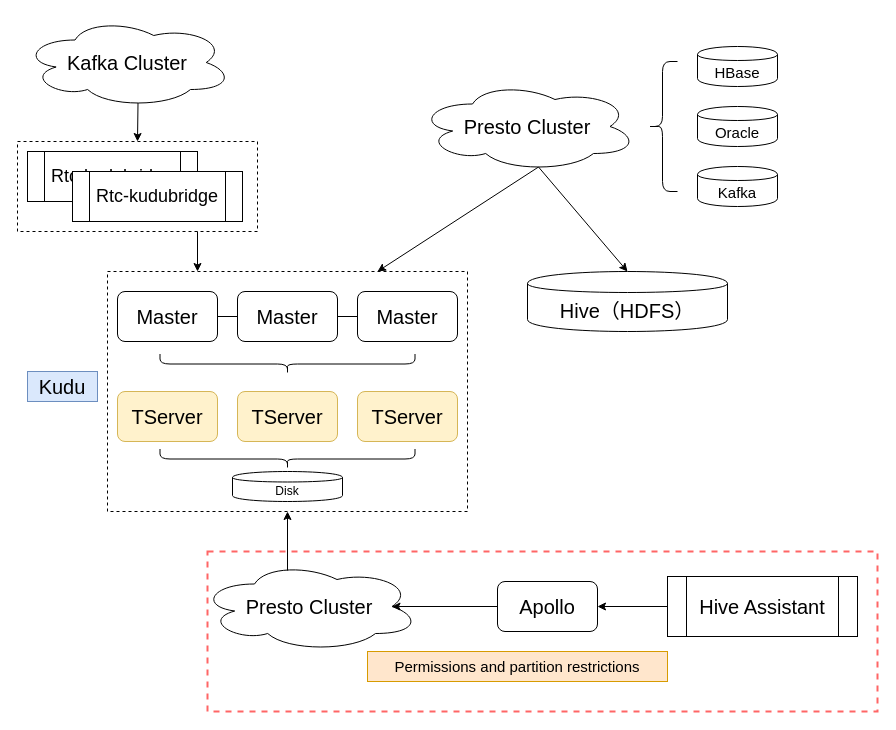
Earlier version of the draw.io diagram map/kudu-architecture.drawio (imperio-wxm/draw). Source tidied: cells renumbered, new cells numbered last; positions are measured from the earlier drawing's top-left corner, leaving out a move shared by most shapes. Both pictures are drawn from the tidied source at 100%, with x=0, y=0 at pixel (17, 17).
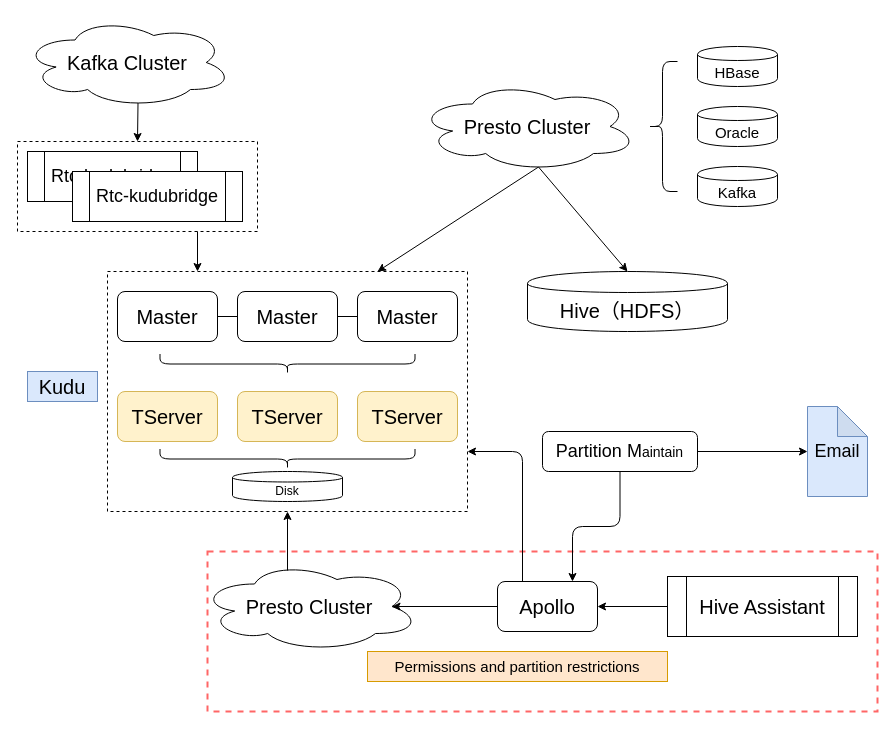
After the change.

The change refers to these unchanged cells:
```xml
<mxCell id="9" style="rounded=0;whiteSpace=wrap;html=1;fillColor=none;dashed=1;" parent="8" vertex="1">
  <mxGeometry width="360" height="240" as="geometry" />
</mxCell>
<mxCell id="31" value="&lt;font style=&quot;font-size: 20px&quot;&gt;Apollo&lt;/font&gt;" style="rounded=1;whiteSpace=wrap;html=1;fillColor=#ffffff;" parent="1" vertex="1">
  <mxGeometry x="480" y="564" width="100" height="50" as="geometry" />
</mxCell>
```

The edit, as a diff of the source:
```diff
@@
+    <mxCell id="37" style="rounded=0;whiteSpace=wrap;html=1;fillColor=none;dashed=1;strokeColor=#FF6666;strokeWidth=2;" parent="1" vertex="1">
+      <mxGeometry x="190" y="534" width="670" height="160" as="geometry" />
+    </mxCell>
@@
-    <mxCell id="37" style="rounded=0;whiteSpace=wrap;html=1;fillColor=none;dashed=1;strokeColor=#FF6666;strokeWidth=2;" parent="1" vertex="1">
-      <mxGeometry x="190" y="534" width="670" height="160" as="geometry" />
-    </mxCell>
+    <mxCell id="38" value="&lt;font style=&quot;font-size: 18px&quot;&gt;Partition M&lt;/font&gt;&lt;span style=&quot;font-family: &amp;#34;microsoft yahei&amp;#34; , &amp;#34;arial&amp;#34; , &amp;#34;helvetica&amp;#34; , sans-serif ; font-size: 14px ; text-align: left ; background-color: rgb(255 , 255 , 255)&quot;&gt;aintain&lt;/span&gt;" style="rounded=1;whiteSpace=wrap;html=1;" parent="1" vertex="1">
+      <mxGeometry x="525" y="414" width="155" height="40" as="geometry" />
+    </mxCell>
+    <mxCell id="39" style="edgeStyle=elbowEdgeStyle;elbow=vertical;endArrow=classic;html=1;entryX=0.75;entryY=0;entryDx=0;entryDy=0;exitX=0.5;exitY=1;exitDx=0;exitDy=0;" parent="1" edge="1" source="38" target="31">
+      <mxGeometry relative="1" as="geometry" />
+    </mxCell>
+    <mxCell id="40" style="edgeStyle=elbowEdgeStyle;elbow=vertical;endArrow=classic;html=1;entryX=1;entryY=0.75;entryDx=0;entryDy=0;exitX=0.25;exitY=0;exitDx=0;exitDy=0;" parent="1" edge="1" source="31" target="9">
+      <mxGeometry relative="1" as="geometry">
+        <Array as="points">
+          <mxPoint x="490" y="434" />
+        </Array>
+      </mxGeometry>
+    </mxCell>
+    <mxCell id="41" value="&lt;font style=&quot;font-size: 18px&quot;&gt;Email&lt;/font&gt;" style="shape=note;whiteSpace=wrap;html=1;backgroundOutline=1;darkOpacity=0.05;fillColor=#dae8fc;strokeColor=#6c8ebf;" parent="1" vertex="1">
+      <mxGeometry x="790" y="389" width="60" height="90" as="geometry" />
+    </mxCell>
+    <mxCell id="42" style="endArrow=classic;html=1;exitX=1;exitY=0.5;exitDx=0;exitDy=0;entryX=0;entryY=0.5;entryDx=0;entryDy=0;entryPerimeter=0;" parent="1" edge="1" source="38" target="41">
+      <mxGeometry relative="1" as="geometry" />
+    </mxCell>
```
